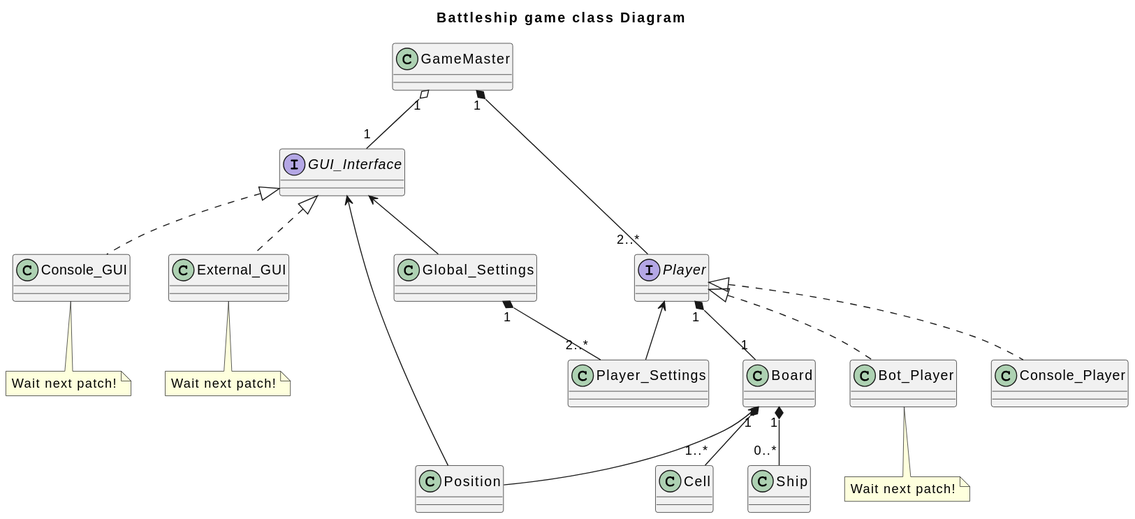
Fas0u1er/ATP_incident keeps this PlantUML diagram as ClassDiagram.svg. Above is the earlier version.
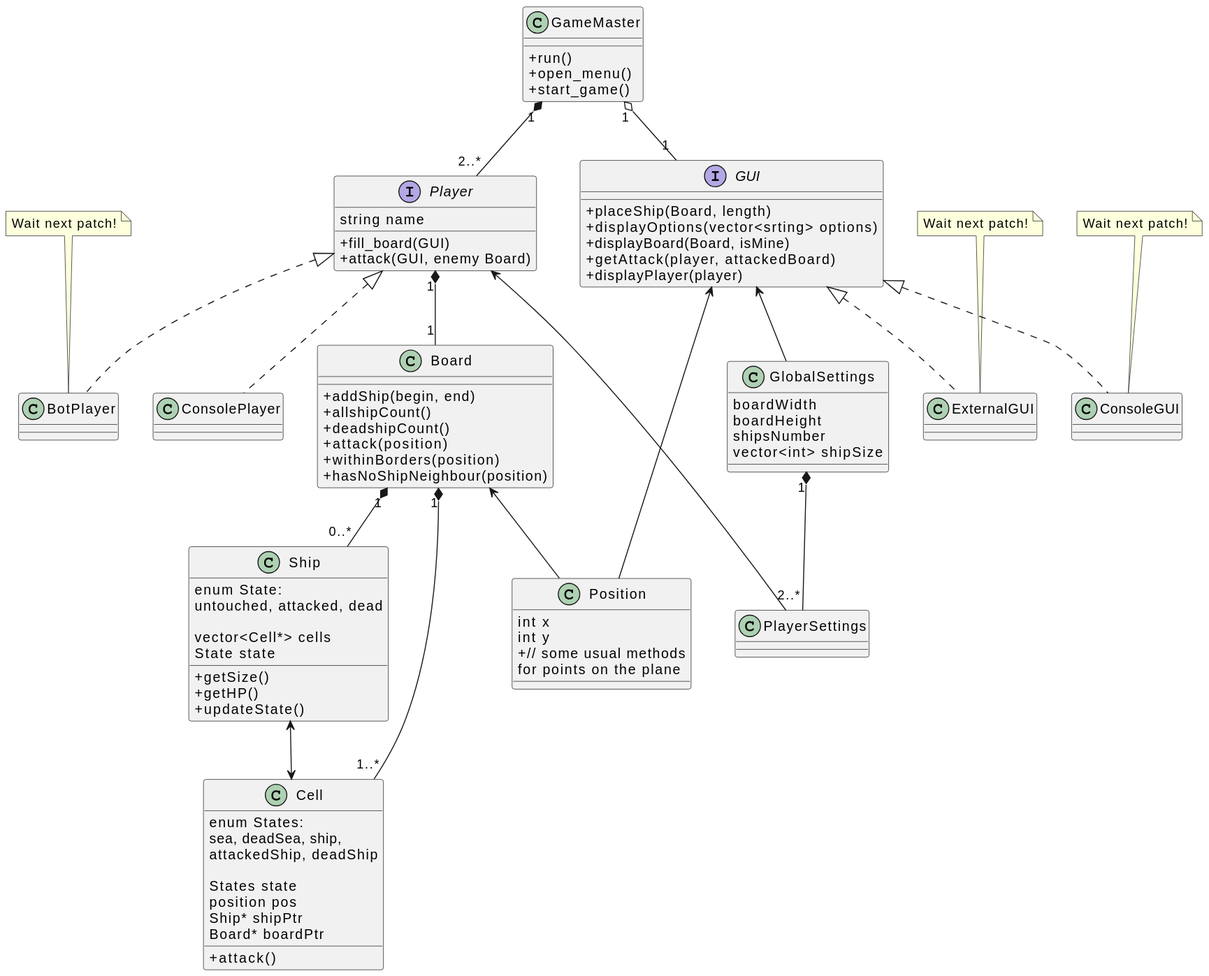
The same file after the commit.

Commit message:
Public methods added to UML ClassDiagram

The edit, as a diff of the source:
```diff
@@ -1,48 +1,111 @@
 @startuml
-title Battleship game class Diagram
-class GameMaster {}
-together {
-Interface Player
-class Player_Settings
-}
-interface GUI_Interface {}
-class Console_GUI {}
-class External_GUI {}
-together {
-class Console_Player {}
-class Bot_Player {}
-}
-class Board {}
-class Cell {}
-class Ship {}
-class Position {}
-class Global_Settings {}
-
-note bottom of Bot_Player : Wait next patch!
-note bottom of Console_GUI : Wait next patch!
-note bottom of External_GUI : Wait next patch!
+skinparam classAttributeIconSize 0
 
 
-Player <|.. Bot_Player
-Player <|.. Console_Player
 
-GUI_Interface <|.. Console_GUI
-GUI_Interface <|.. External_GUI
+class GameMaster {
++run()
++open_menu()
++start_game()
+}
+interface Player {
+string name
++fill_board(GUI)
++attack(GUI, enemy Board)
+}
 
-GameMaster "1" o-- "1" GUI_Interface
+interface GUI {
++placeShip(Board, length)
++displayOptions(vector<srting> options)
++displayBoard(Board, isMine)
++getAttack(player, attackedBoard)
++displayPlayer(player)
+}
+
+together {
+class ConsoleGUI {}
+class ExternalGUI {}
+}
+
+together {
+class ConsolePlayer {}
+class BotPlayer {}
+}
+
+class Board {
++addShip(begin, end)
++allshipCount()
++deadshipCount()
++attack(position)
++withinBorders(position)
++hasNoShipNeighbour(position)
+}
+
+together {
+class Cell {
+enum States:
+ sea, deadSea, ship,
+ attackedShip, deadShip
+
+States state
+position pos
+Ship* shipPtr
+Board* boardPtr
+
++attack()
+}
+class Ship {
+enum State:
+untouched, attacked, dead
+
+vector<Cell*> cells
+State state
++getSize()
++getHP()
++updateState()
+}
+}
+
+class Position {
+int x
+int y
++// some usual methods
+ for points on the plane
+}
+
+class GlobalSettings {
+boardWidth
+boardHeight
+shipsNumber
+vector<int> shipSize
+}
+
+class PlayerSettings {}
+
+note top of BotPlayer : Wait next patch!
+note top of ConsoleGUI : Wait next patch!
+note top of ExternalGUI : Wait next patch!
+
+GameMaster "1" o-- "1" GUI
 GameMaster "1" *-- "2..*" Player
 
+GUI <|.. ExternalGUI
+GUI <|.. ConsoleGUI
+
+Player <|.. ConsolePlayer
+Player <|.. BotPlayer
 Player "1" *-- "1" Board
 
 Board "1" *-- "1..*" Cell
 Board "1" *-- "0..*" Ship
 
-Global_Settings "1" *-- "2..*" Player_Settings
+GlobalSettings "1" *-- "2..*" PlayerSettings
 
-
-GUI_Interface <-- Position
+GUI <-- Position
 Board <-- Position
 
-Player <-- Player_Settings
-GUI_Interface <-- Global_Settings
+GUI <-- GlobalSettings
+Player <-- PlayerSettings
+
+Ship <--> Cell
 @enduml
```
